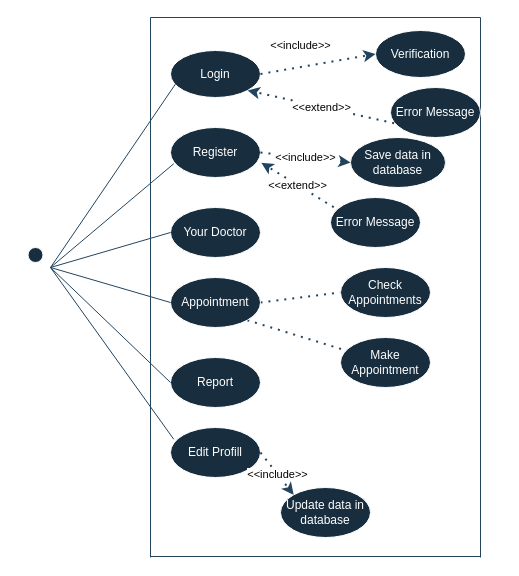
This is page "PatientUseCase" (1 of 3) of Untitled Diagram.drawio from fahadmoon/Software-Engineering-Project, a draw.io file, before an edit. Source tidied: cells renumbered, new cells numbered last; positions are measured from the earlier drawing's top-left corner, leaving out a move shared by most shapes. Both pictures are drawn from the tidied source at 100%, with x=0, y=0 at pixel (20, 17).
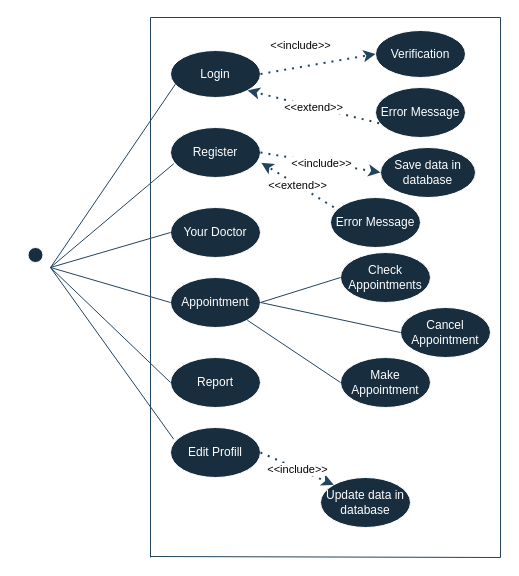
The same diagram, later.

Unchanged cells that the change refers to:
```xml
<mxCell id="8" value="Appointment" style="ellipse;whiteSpace=wrap;html=1;labelBackgroundColor=none;fillColor=#182E3E;strokeColor=#FFFFFF;fontColor=#FFFFFF;" parent="1" vertex="1">
  <mxGeometry x="150" y="260" width="90" height="50" as="geometry" />
</mxCell>
```

What changed in the source:
```diff
@@
-    <mxCell id="6" style="edgeStyle=none;shape=connector;rounded=0;jettySize=auto;html=1;exitX=1;exitY=0.5;exitDx=0;exitDy=0;entryX=0;entryY=0.5;entryDx=0;entryDy=0;dashed=1;dashPattern=1 3;labelBackgroundColor=default;strokeColor=#23445D;strokeWidth=2;fontFamily=Helvetica;fontSize=11;fontColor=default;endArrow=none;" parent="1" edge="1" source="8" target="33">
-      <mxGeometry relative="1" as="geometry" />
-    </mxCell>
-    <mxCell id="7" style="edgeStyle=none;shape=connector;rounded=0;jettySize=auto;html=1;exitX=1;exitY=1;exitDx=0;exitDy=0;dashed=1;dashPattern=1 3;labelBackgroundColor=default;strokeColor=#23445D;strokeWidth=2;fontFamily=Helvetica;fontSize=11;fontColor=default;endArrow=none;" parent="1" edge="1" source="8" target="34">
-      <mxGeometry relative="1" as="geometry" />
-    </mxCell>
@@
     <mxCell id="12" style="endArrow=none;html=1;rounded=0;labelBackgroundColor=none;fontColor=default;strokeColor=#23445D;" parent="1" edge="1">
       <mxGeometry relative="1" as="geometry">
         <mxPoint x="130" as="sourcePoint" />
-        <mxPoint x="460" as="targetPoint" />
+        <mxPoint x="480" as="targetPoint" />
       </mxGeometry>
     </mxCell>
     <mxCell id="13" style="endArrow=none;html=1;rounded=0;labelBackgroundColor=none;fontColor=default;strokeColor=#23445D;" parent="1" edge="1">
       <mxGeometry relative="1" as="geometry">
-        <mxPoint x="460" y="540" as="sourcePoint" />
-        <mxPoint x="460" as="targetPoint" />
+        <mxPoint x="480" y="540" as="sourcePoint" />
+        <mxPoint x="480" as="targetPoint" />
       </mxGeometry>
     </mxCell>
     <mxCell id="14" style="endArrow=none;html=1;rounded=0;labelBackgroundColor=none;fontColor=default;strokeColor=#23445D;" parent="1" edge="1">
       <mxGeometry relative="1" as="geometry">
         <mxPoint x="130" y="539" as="sourcePoint" />
-        <mxPoint x="460" y="539" as="targetPoint" />
+        <mxPoint x="480" y="540" as="targetPoint" />
       </mxGeometry>
     </mxCell>
@@
     <mxCell id="23" value="Error Message" style="ellipse;labelBackgroundColor=none;fillColor=#182E3E;strokeColor=#FFFFFF;fontColor=#FFFFFF;whiteSpace=wrap;" parent="1" vertex="1">
-      <mxGeometry x="370" y="70" width="90" height="50" as="geometry" />
+      <mxGeometry x="355" y="70" width="90" height="50" as="geometry" />
     </mxCell>
@@
     <mxCell id="30" value="Save data in database" style="ellipse;labelBackgroundColor=none;fillColor=#182E3E;strokeColor=#FFFFFF;fontColor=#FFFFFF;whiteSpace=wrap;" parent="1" vertex="1">
-      <mxGeometry x="330" y="120" width="95" height="50" as="geometry" />
+      <mxGeometry x="360" y="130" width="95" height="50" as="geometry" />
     </mxCell>
@@
     <mxCell id="33" value="Check Appointments" style="ellipse;whiteSpace=wrap;html=1;labelBackgroundColor=none;fillColor=#182E3E;strokeColor=#FFFFFF;fontColor=#FFFFFF;" parent="1" vertex="1">
-      <mxGeometry x="320" y="250" width="90" height="50" as="geometry" />
+      <mxGeometry x="320" y="235" width="90" height="50" as="geometry" />
     </mxCell>
     <mxCell id="34" value="Make Appointment" style="ellipse;whiteSpace=wrap;html=1;labelBackgroundColor=none;fillColor=#182E3E;strokeColor=#FFFFFF;fontColor=#FFFFFF;" parent="1" vertex="1">
-      <mxGeometry x="320" y="320" width="90" height="50" as="geometry" />
+      <mxGeometry x="320" y="340" width="90" height="50" as="geometry" />
     </mxCell>
     <mxCell id="35" value="Update data in database" style="ellipse;whiteSpace=wrap;html=1;labelBackgroundColor=none;fillColor=#182E3E;strokeColor=#FFFFFF;fontColor=#FFFFFF;" parent="1" vertex="1">
-      <mxGeometry x="260" y="470" width="90" height="50" as="geometry" />
+      <mxGeometry x="300" y="460" width="90" height="50" as="geometry" />
     </mxCell>
@@
+    <mxCell id="7" style="endArrow=none;html=1;rounded=0;labelBackgroundColor=none;fontColor=default;strokeColor=#23445D;exitX=1;exitY=1;exitDx=0;exitDy=0;entryX=0;entryY=0.5;entryDx=0;entryDy=0;" parent="1" edge="1" source="8" target="34">
+      <mxGeometry relative="1" as="geometry" />
+    </mxCell>
+    <mxCell id="6" style="endArrow=none;html=1;rounded=0;labelBackgroundColor=none;fontColor=default;strokeColor=#23445D;exitX=1;exitY=0.5;exitDx=0;exitDy=0;entryX=0;entryY=0.5;entryDx=0;entryDy=0;" parent="1" edge="1" source="8" target="33">
+      <mxGeometry relative="1" as="geometry" />
+    </mxCell>
+    <mxCell id="38" value="Cancel Appointment" style="ellipse;labelBackgroundColor=none;fillColor=#182E3E;strokeColor=#FFFFFF;fontColor=#FFFFFF;whiteSpace=wrap;" parent="1" vertex="1">
+      <mxGeometry x="380" y="290" width="90" height="50" as="geometry" />
+    </mxCell>
+    <mxCell id="39" style="endArrow=none;html=1;rounded=0;labelBackgroundColor=none;fontColor=default;strokeColor=#23445D;exitX=0;exitY=0.5;exitDx=0;exitDy=0;entryX=1;entryY=0.5;entryDx=0;entryDy=0;" parent="1" edge="1" source="38" target="8">
+      <mxGeometry relative="1" as="geometry" />
+    </mxCell>
```
